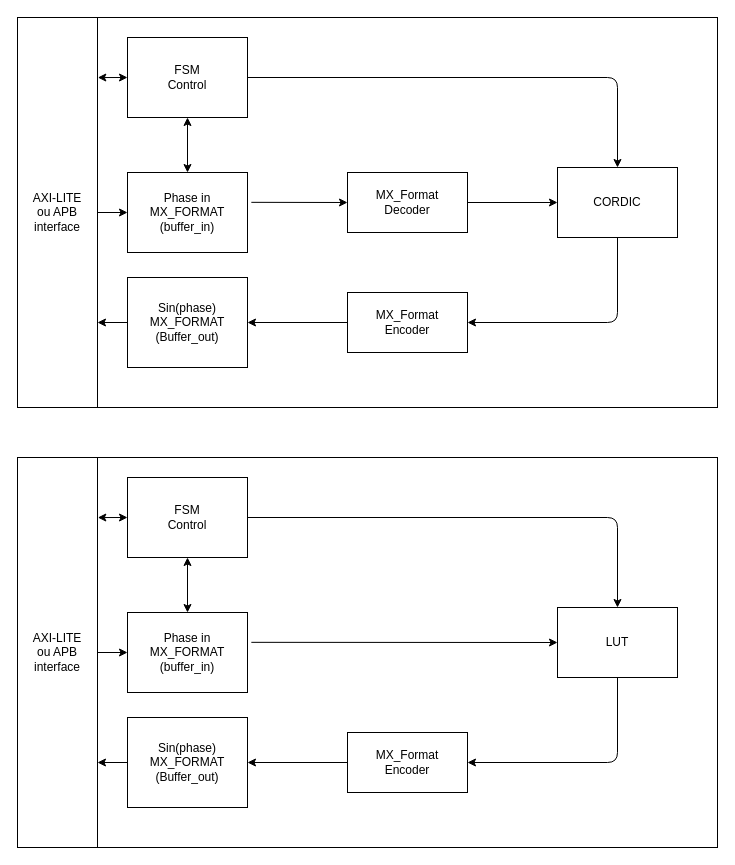
The draw.io diagram MX_CORDIC/docs/diagram.drawio in S4nt1b0y/aulas-ci-digital, before the edit. Source tidied: cells renumbered, new cells numbered last; positions are measured from the earlier drawing's top-left corner, leaving out a move shared by most shapes. Both pictures are drawn from the tidied source at 100%, with x=0, y=0 at pixel (17, 17).
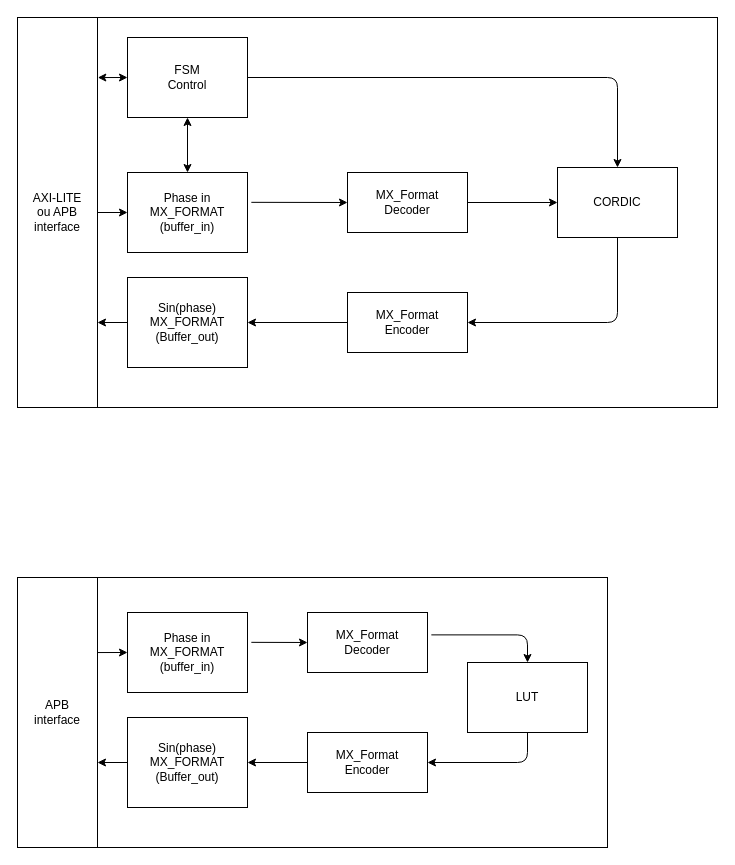
After the change.

Unchanged cells that the change refers to:
```xml
<mxCell id="24" value="&lt;div&gt;Phase in&lt;/div&gt;MX_FORMAT&lt;div&gt;(buffer_in)&lt;/div&gt;" style="whiteSpace=wrap;html=1;" parent="1" vertex="1">
  <mxGeometry x="110" y="595" width="120" height="80" as="geometry" />
</mxCell>
```

What changed in the source:
```diff
@@
     <mxCell id="19" style="whiteSpace=wrap;html=1;" parent="1" vertex="1">
-      <mxGeometry y="440" width="700" height="390" as="geometry" />
+      <mxGeometry y="560" width="590" height="270" as="geometry" />
     </mxCell>
-    <mxCell id="20" style="edgeStyle=none;html=1;exitX=1;exitY=0.5;exitDx=0;exitDy=0;entryX=0;entryY=0.5;entryDx=0;entryDy=0;" parent="1" edge="1" source="21" target="24">
+    <mxCell id="20" style="edgeStyle=none;html=1;exitX=1.001;exitY=0.278;exitDx=0;exitDy=0;entryX=0;entryY=0.5;entryDx=0;entryDy=0;exitPerimeter=0;" parent="1" edge="1" source="21" target="24">
       <mxGeometry relative="1" as="geometry" />
     </mxCell>
-    <mxCell id="21" value="AXI-LITE&lt;br&gt;ou APB&lt;br&gt;&lt;div&gt;interface&lt;/div&gt;" style="whiteSpace=wrap;html=1;" parent="1" vertex="1">
-      <mxGeometry y="440" width="80" height="390" as="geometry" />
+    <mxCell id="21" value="APB&lt;br&gt;&lt;div&gt;interface&lt;/div&gt;" style="whiteSpace=wrap;html=1;" parent="1" vertex="1">
+      <mxGeometry y="560" width="80" height="270" as="geometry" />
     </mxCell>
-    <mxCell id="22" style="edgeStyle=none;html=1;exitX=0.5;exitY=0;exitDx=0;exitDy=0;entryX=0.5;entryY=1;entryDx=0;entryDy=0;startArrow=classic;startFill=1;" parent="1" edge="1" source="24" target="26">
-      <mxGeometry relative="1" as="geometry" />
-    </mxCell>
-    <mxCell id="23" style="edgeStyle=none;html=1;exitX=1.032;exitY=0.373;exitDx=0;exitDy=0;entryX=0;entryY=0.5;entryDx=0;entryDy=0;exitPerimeter=0;" parent="1" edge="1" source="24" target="29">
+    <mxCell id="23" style="edgeStyle=orthogonalEdgeStyle;html=1;exitX=1.032;exitY=0.373;exitDx=0;exitDy=0;entryX=0.5;entryY=0;entryDx=0;entryDy=0;exitPerimeter=0;" parent="1" edge="1" source="35" target="29">
       <mxGeometry relative="1" as="geometry" />
     </mxCell>
@@
-    <mxCell id="25" style="edgeStyle=orthogonalEdgeStyle;html=1;exitX=1;exitY=0.5;exitDx=0;exitDy=0;entryX=0.5;entryY=0;entryDx=0;entryDy=0;" parent="1" edge="1" source="26" target="29">
-      <mxGeometry relative="1" as="geometry" />
-    </mxCell>
-    <mxCell id="26" value="FSM&lt;div&gt;Control&lt;/div&gt;" style="whiteSpace=wrap;html=1;" parent="1" vertex="1">
-      <mxGeometry x="110" y="460" width="120" height="80" as="geometry" />
-    </mxCell>
@@
     <mxCell id="29" value="LUT" style="whiteSpace=wrap;html=1;" parent="1" vertex="1">
-      <mxGeometry x="540" y="590" width="120" height="70" as="geometry" />
+      <mxGeometry x="450" y="645" width="120" height="70" as="geometry" />
     </mxCell>
@@
-    <mxCell id="31" style="edgeStyle=none;html=1;exitX=0;exitY=0.5;exitDx=0;exitDy=0;entryX=1.004;entryY=0.154;entryDx=0;entryDy=0;entryPerimeter=0;endArrow=classic;endFill=1;startArrow=classic;startFill=1;" parent="1" edge="1" source="26" target="21">
-      <mxGeometry relative="1" as="geometry" />
-    </mxCell>
@@
     <mxCell id="33" value="MX_Format&lt;div&gt;Encoder&lt;/div&gt;" style="whiteSpace=wrap;html=1;" parent="1" vertex="1">
-      <mxGeometry x="330" y="715" width="120" height="60" as="geometry" />
+      <mxGeometry x="290" y="715" width="120" height="60" as="geometry" />
     </mxCell>
+    <mxCell id="34" style="edgeStyle=none;html=1;exitX=1.032;exitY=0.373;exitDx=0;exitDy=0;entryX=0;entryY=0.5;entryDx=0;entryDy=0;exitPerimeter=0;" parent="1" edge="1" source="24" target="35">
+      <mxGeometry relative="1" as="geometry" />
+    </mxCell>
+    <mxCell id="35" value="MX_Format&lt;div&gt;Decoder&lt;/div&gt;" style="whiteSpace=wrap;html=1;" parent="1" vertex="1">
+      <mxGeometry x="290" y="595" width="120" height="60" as="geometry" />
+    </mxCell>
```
